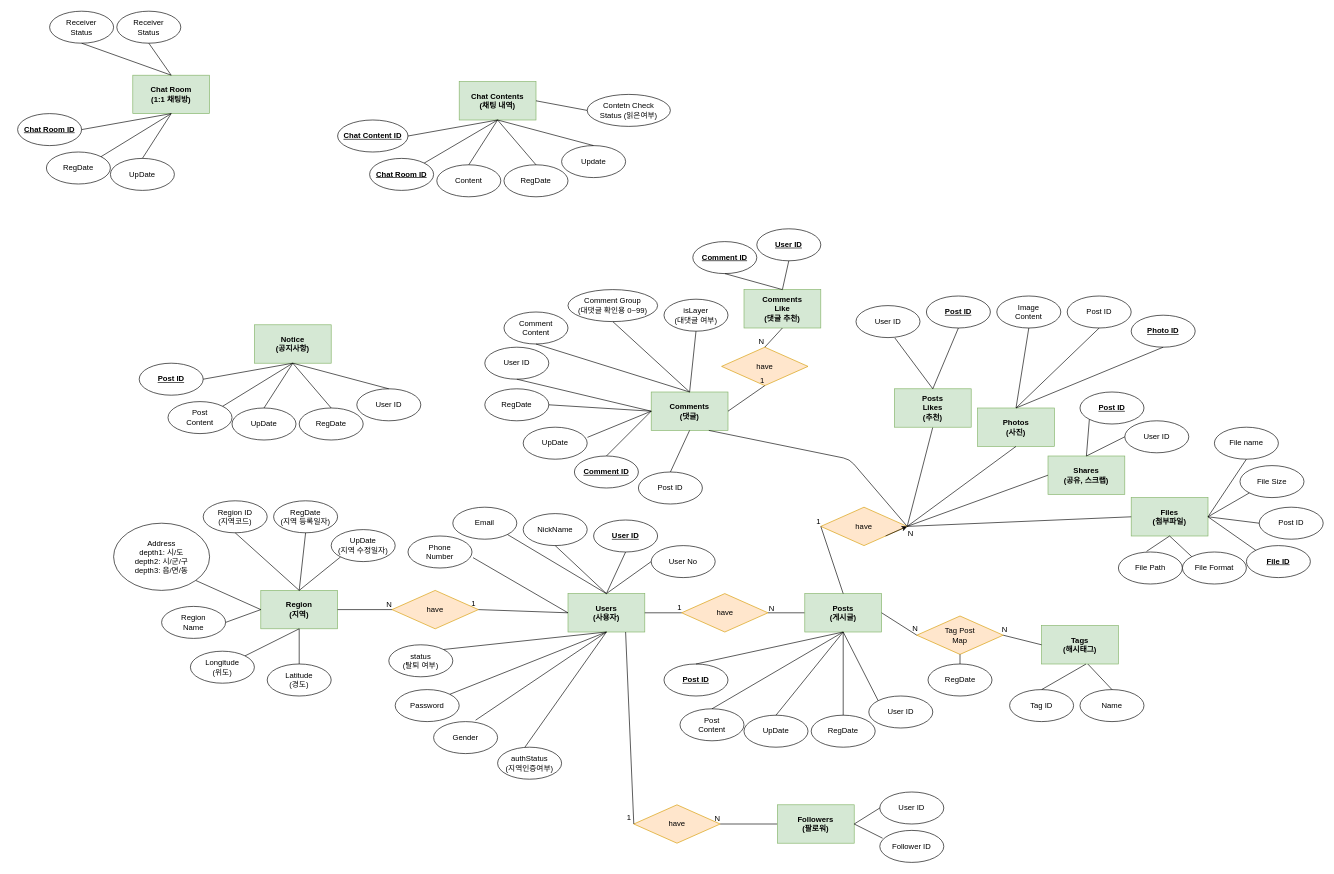
Before: Yam.drawio in JiwonDev/hello-spring, a draw.io diagram. Source tidied: cells renumbered, new cells numbered last; positions are measured from the earlier drawing's top-left corner, leaving out a move shared by most shapes. Both pictures are drawn from the tidied source at 64%, with x=0, y=0 at pixel (17, 11).
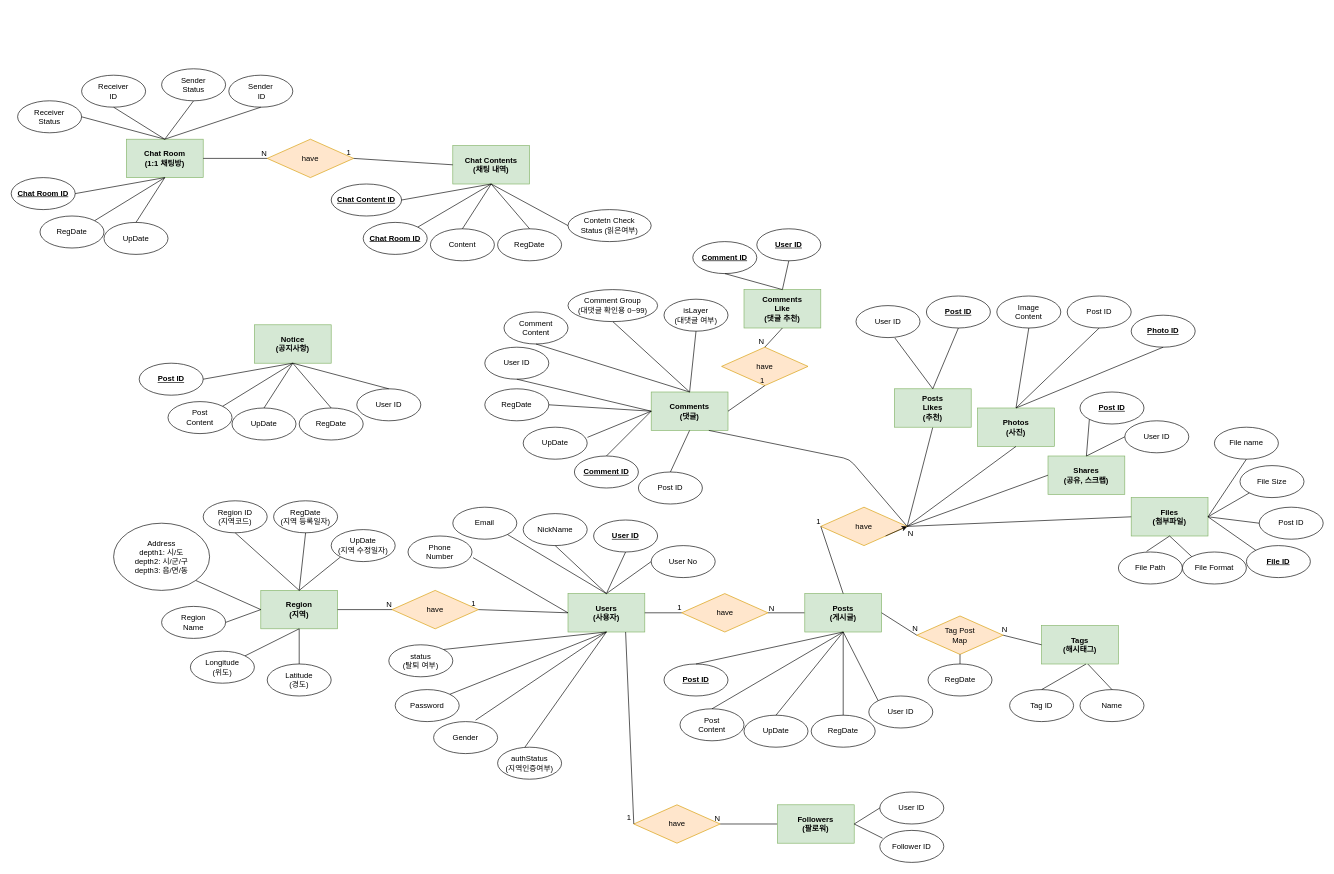
The same page after the edit.

Change to the diagram source:
```diff
@@
     <mxCell id="158" value="&lt;b&gt;Chat Contents&lt;br&gt;(채팅 내역)&lt;br&gt;&lt;/b&gt;" style="rounded=0;whiteSpace=wrap;html=1;fillColor=#d5e8d4;strokeColor=#82b366;" parent="1" vertex="1">
-      <mxGeometry x="690" y="110" width="120" height="60" as="geometry" />
+      <mxGeometry x="680" y="210" width="120" height="60" as="geometry" />
     </mxCell>
-    <mxCell id="159" value="Update" style="ellipse;whiteSpace=wrap;html=1;" parent="1" vertex="1">
-      <mxGeometry x="850" y="210" width="100" height="50" as="geometry" />
-    </mxCell>
     <mxCell id="160" value="RegDate" style="ellipse;whiteSpace=wrap;html=1;" parent="1" vertex="1">
-      <mxGeometry x="760" y="240" width="100" height="50" as="geometry" />
+      <mxGeometry x="750" y="340" width="100" height="50" as="geometry" />
     </mxCell>
     <mxCell id="161" value="&lt;b&gt;&lt;u&gt;Chat Room ID&lt;/u&gt;&lt;/b&gt;" style="ellipse;whiteSpace=wrap;html=1;" parent="1" vertex="1">
-      <mxGeometry x="550" y="230" width="100" height="50" as="geometry" />
+      <mxGeometry x="540" y="330" width="100" height="50" as="geometry" />
     </mxCell>
     <mxCell id="162" value="Content" style="ellipse;whiteSpace=wrap;html=1;" parent="1" vertex="1">
-      <mxGeometry x="655" y="240" width="100" height="50" as="geometry" />
+      <mxGeometry x="645" y="340" width="100" height="50" as="geometry" />
     </mxCell>
     <mxCell id="163" value="&lt;b&gt;&lt;u&gt;Chat Content ID&lt;/u&gt;&lt;/b&gt;" style="ellipse;whiteSpace=wrap;html=1;" parent="1" vertex="1">
-      <mxGeometry x="500" y="170" width="110" height="50" as="geometry" />
+      <mxGeometry x="490" y="270" width="110" height="50" as="geometry" />
     </mxCell>
@@
-    <mxCell id="168" style="endArrow=none;html=1;entryX=0.5;entryY=0;entryDx=0;entryDy=0;exitX=0.5;exitY=1;exitDx=0;exitDy=0;" parent="1" edge="1" source="158" target="159">
-      <mxGeometry relative="1" as="geometry" />
-    </mxCell>
     <mxCell id="169" value="&lt;b&gt;Chat Room&lt;br&gt;(1:1 채팅방)&lt;br&gt;&lt;/b&gt;" style="rounded=0;whiteSpace=wrap;html=1;fillColor=#d5e8d4;strokeColor=#82b366;" parent="1" vertex="1">
-      <mxGeometry x="180" y="100" width="120" height="60" as="geometry" />
+      <mxGeometry x="170" y="200" width="120" height="60" as="geometry" />
     </mxCell>
     <mxCell id="170" value="Receiver&lt;br&gt;Status" style="ellipse;whiteSpace=wrap;html=1;" parent="1" vertex="1">
-      <mxGeometry x="50" width="100" height="50" as="geometry" />
+      <mxGeometry y="140" width="100" height="50" as="geometry" />
     </mxCell>
     <mxCell id="171" value="RegDate" style="ellipse;whiteSpace=wrap;html=1;" parent="1" vertex="1">
-      <mxGeometry x="45" y="220" width="100" height="50" as="geometry" />
+      <mxGeometry x="35" y="320" width="100" height="50" as="geometry" />
     </mxCell>
     <mxCell id="172" value="UpDate" style="ellipse;whiteSpace=wrap;html=1;" parent="1" vertex="1">
-      <mxGeometry x="145" y="230" width="100" height="50" as="geometry" />
+      <mxGeometry x="135" y="330" width="100" height="50" as="geometry" />
     </mxCell>
     <mxCell id="173" value="&lt;b&gt;&lt;u&gt;Chat Room ID&lt;/u&gt;&lt;/b&gt;" style="ellipse;whiteSpace=wrap;html=1;" parent="1" vertex="1">
-      <mxGeometry y="160" width="100" height="50" as="geometry" />
+      <mxGeometry x="-10" y="260" width="100" height="50" as="geometry" />
     </mxCell>
@@
-    <mxCell id="177" style="endArrow=none;html=1;entryX=0.5;entryY=1;entryDx=0;entryDy=0;exitX=0.5;exitY=0;exitDx=0;exitDy=0;" parent="1" edge="1" source="169" target="170">
+    <mxCell id="177" style="endArrow=none;html=1;entryX=1;entryY=0.5;entryDx=0;entryDy=0;exitX=0.5;exitY=0;exitDx=0;exitDy=0;" parent="1" edge="1" source="169" target="170">
       <mxGeometry relative="1" as="geometry" />
     </mxCell>
     <mxCell id="178" value="Contetn Check&lt;br&gt;Status (읽은여부)" style="ellipse;whiteSpace=wrap;html=1;" parent="1" vertex="1">
-      <mxGeometry x="890" y="130" width="130" height="50" as="geometry" />
+      <mxGeometry x="860" y="310" width="130" height="50" as="geometry" />
     </mxCell>
-    <mxCell id="179" style="endArrow=none;html=1;entryX=0;entryY=0.5;entryDx=0;entryDy=0;exitX=1;exitY=0.5;exitDx=0;exitDy=0;" parent="1" edge="1" source="158" target="178">
+    <mxCell id="179" style="endArrow=none;html=1;entryX=0;entryY=0.5;entryDx=0;entryDy=0;exitX=0.5;exitY=1;exitDx=0;exitDy=0;" parent="1" edge="1" source="158" target="178">
       <mxGeometry relative="1" as="geometry" />
     </mxCell>
-    <mxCell id="180" value="Receiver&lt;br&gt;Status" style="ellipse;whiteSpace=wrap;html=1;" parent="1" vertex="1">
-      <mxGeometry x="155" width="100" height="50" as="geometry" />
+    <mxCell id="180" value="Receiver&lt;br&gt;ID" style="ellipse;whiteSpace=wrap;html=1;" parent="1" vertex="1">
+      <mxGeometry x="100" y="100" width="100" height="50" as="geometry" />
     </mxCell>
@@
+    <mxCell id="182" value="Sender&lt;br&gt;Status" style="ellipse;whiteSpace=wrap;html=1;" parent="1" vertex="1">
+      <mxGeometry x="225" y="90" width="100" height="50" as="geometry" />
+    </mxCell>
+    <mxCell id="183" value="Sender&lt;br&gt;&amp;nbsp;ID" style="ellipse;whiteSpace=wrap;html=1;" parent="1" vertex="1">
+      <mxGeometry x="330" y="100" width="100" height="50" as="geometry" />
+    </mxCell>
+    <mxCell id="184" style="endArrow=none;html=1;entryX=0.5;entryY=1;entryDx=0;entryDy=0;exitX=0.5;exitY=0;exitDx=0;exitDy=0;" parent="1" edge="1" source="169" target="182">
+      <mxGeometry relative="1" as="geometry" />
+    </mxCell>
+    <mxCell id="185" style="endArrow=none;html=1;entryX=0.5;entryY=1;entryDx=0;entryDy=0;exitX=0.5;exitY=0;exitDx=0;exitDy=0;" parent="1" edge="1" source="169" target="183">
+      <mxGeometry relative="1" as="geometry" />
+    </mxCell>
+    <mxCell id="186" value="have" style="rhombus;whiteSpace=wrap;html=1;fillColor=#ffe6cc;strokeColor=#d79b00;" parent="1" vertex="1">
+      <mxGeometry x="390" y="200" width="135" height="60" as="geometry" />
+    </mxCell>
+    <mxCell id="187" style="endArrow=none;html=1;rounded=0;exitX=0;exitY=0.5;exitDx=0;exitDy=0;entryX=1;entryY=0.5;entryDx=0;entryDy=0;" parent="1" edge="1" source="158" target="186">
+      <mxGeometry relative="1" as="geometry" />
+    </mxCell>
+    <mxCell id="188" value="1" style="html=1;align=right;verticalAlign=bottom;" parent="187" vertex="1">
+      <mxGeometry x="1" relative="1" as="geometry">
+        <mxPoint x="-4" y="-1" as="offset" />
+      </mxGeometry>
+    </mxCell>
+    <mxCell id="189" style="endArrow=none;html=1;rounded=0;entryX=0;entryY=0.5;entryDx=0;entryDy=0;exitX=1;exitY=0.5;exitDx=0;exitDy=0;" parent="1" edge="1" source="169" target="186">
+      <mxGeometry relative="1" as="geometry" />
+    </mxCell>
+    <mxCell id="190" value="N" style="html=1;align=right;verticalAlign=bottom;" parent="189" vertex="1">
+      <mxGeometry x="1" relative="1" as="geometry" />
+    </mxCell>
```
